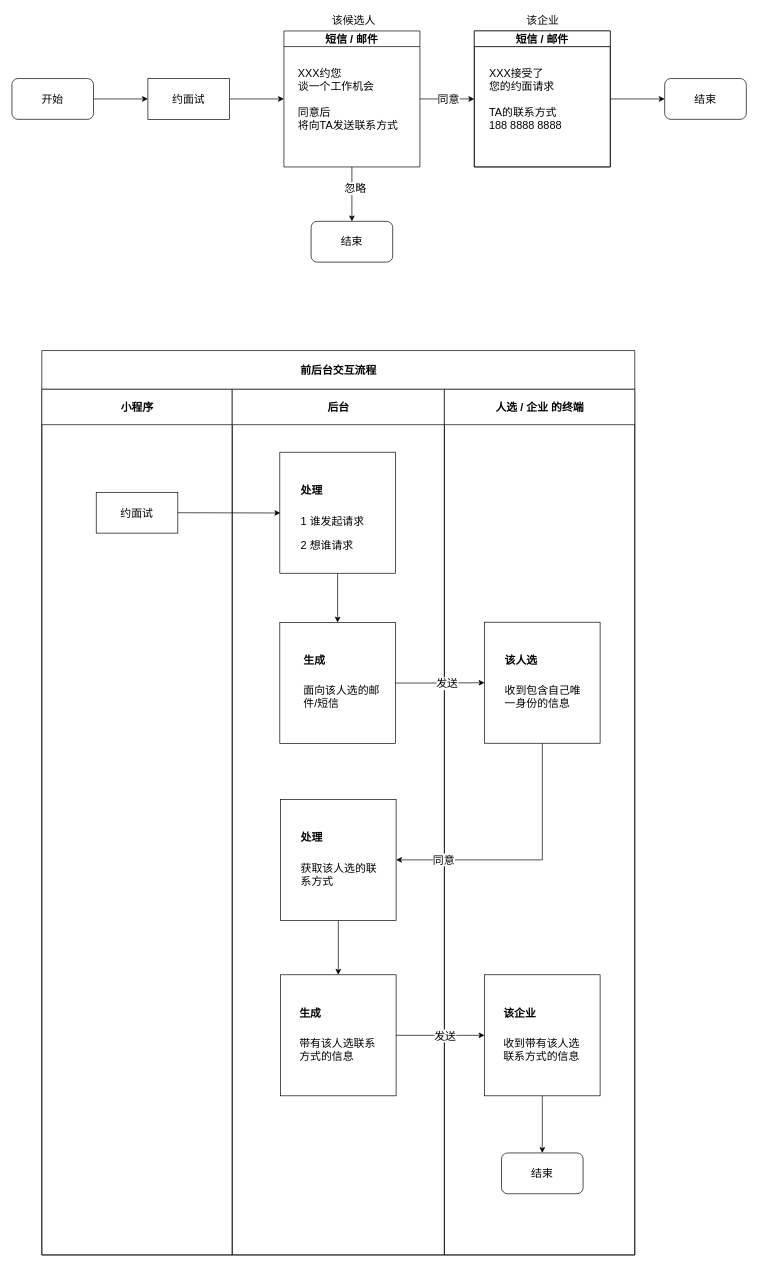
Above: 约面试后的流程.drawio in SuJack/www.draw.io (draw.io), before the change. Source tidied: cells renumbered, new cells numbered last; positions are measured from the earlier drawing's top-left corner, leaving out a move shared by most shapes. Both pictures are drawn from the tidied source at 68%, with x=0, y=0 at pixel (12, 12).
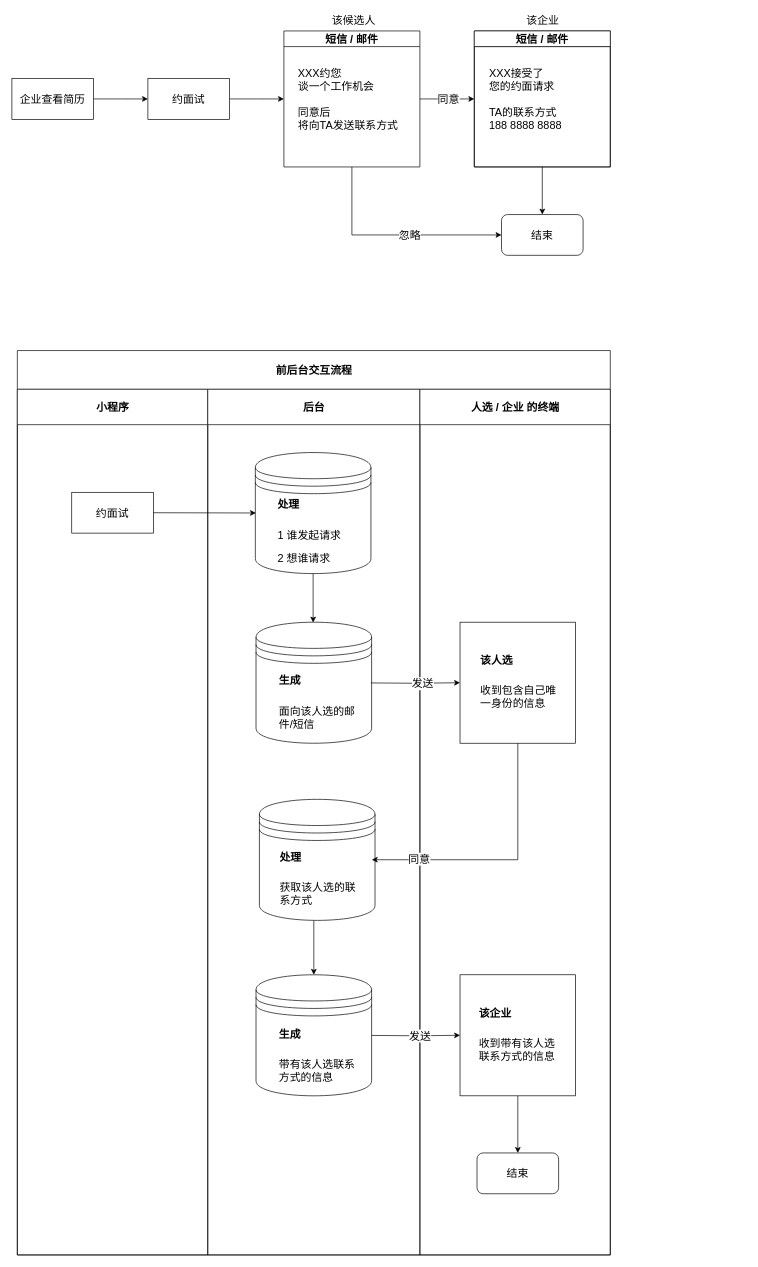
The same page after the edit.

Commit message:
更新约面试后的流程.drawio

The change refers to these unchanged cells:
```xml
<mxCell id="8" value="短信 / 邮件" style="swimlane;fontSize=16;" parent="1" vertex="1">
  <mxGeometry x="400" y="28" width="200" height="200" as="geometry" />
</mxCell>
<mxCell id="11" value="短信 / 邮件" style="swimlane;fontSize=16;" parent="1" vertex="1">
  <mxGeometry x="680" y="28" width="200" height="200" as="geometry" />
</mxCell>
<mxCell id="13" value="短信 / 邮件" style="swimlane;fontSize=16;" parent="11" vertex="1">
  <mxGeometry width="200" height="200" as="geometry" />
</mxCell>
<mxCell id="23" value="后台" style="swimlane;html=1;startSize=52;fontSize=16;align=center;" parent="20" vertex="1">
  <mxGeometry x="280" y="57" width="312" height="1273" as="geometry" />
</mxCell>
<mxCell id="35" style="rounded=0;whiteSpace=wrap;html=1;strokeWidth=1;fontSize=16;align=left;" parent="34" vertex="1">
  <mxGeometry x="59" y="342.5" width="170" height="178" as="geometry" />
</mxCell>
<mxCell id="38" style="rounded=0;whiteSpace=wrap;html=1;strokeWidth=1;fontSize=16;align=left;" parent="34" vertex="1">
  <mxGeometry x="59" y="861" width="170" height="178" as="geometry" />
</mxCell>
```

Change to the diagram source:
```diff
@@
-    <mxCell id="6" style="edgeStyle=orthogonalEdgeStyle;rounded=0;jettySize=auto;html=1;fontSize=16;" parent="1" edge="1" source="8">
+    <mxCell id="6" style="edgeStyle=orthogonalEdgeStyle;rounded=0;jettySize=auto;html=1;fontSize=16;entryX=0;entryY=0.5;entryDx=0;entryDy=0;" parent="1" edge="1" source="8" target="19">
       <mxGeometry relative="1" as="geometry">
-        <mxPoint x="500" y="308" as="targetPoint" />
+        <Array as="points">
+          <mxPoint x="500" y="328" />
+        </Array>
       </mxGeometry>
     </mxCell>
     <mxCell id="7" value="忽略" style="text;html=1;align=center;verticalAlign=middle;labelBackgroundColor=#ffffff;fontSize=16;" parent="6" vertex="1">
-      <mxGeometry x="-0.24" y="4" relative="1" as="geometry" />
+      <mxGeometry x="-0.24" y="4" relative="1" as="geometry">
+        <mxPoint x="62" y="4" as="offset" />
+      </mxGeometry>
     </mxCell>
@@
-    <mxCell id="12" style="edgeStyle=orthogonalEdgeStyle;rounded=0;jettySize=auto;html=1;fontSize=16;" parent="11" edge="1" source="13">
-      <mxGeometry relative="1" as="geometry">
-        <mxPoint x="280" y="100" as="targetPoint" />
-      </mxGeometry>
-    </mxCell>
@@
-    <mxCell id="16" value="结束" style="rounded=1;whiteSpace=wrap;html=1;strokeWidth=1;fontSize=16;" parent="1" vertex="1">
-      <mxGeometry x="440" y="308" width="120" height="60" as="geometry" />
-    </mxCell>
@@
-    <mxCell id="18" value="开始" style="rounded=1;whiteSpace=wrap;html=1;strokeWidth=1;fontSize=16;" parent="1" vertex="1">
+    <mxCell id="18" value="企业查看简历" style="rounded=1;whiteSpace=wrap;html=1;strokeWidth=1;fontSize=16;arcSize=0;" parent="1" vertex="1">
       <mxGeometry y="98" width="120" height="60" as="geometry" />
     </mxCell>
     <mxCell id="19" value="结束" style="rounded=1;whiteSpace=wrap;html=1;strokeWidth=1;fontSize=16;" parent="1" vertex="1">
-      <mxGeometry x="960" y="98" width="120" height="60" as="geometry" />
+      <mxGeometry x="720" y="298" width="120" height="60" as="geometry" />
     </mxCell>
     <mxCell id="20" value="前后台交互流程" style="swimlane;html=1;startSize=57;strokeWidth=1;fontSize=16;" parent="1" vertex="1">
-      <mxGeometry x="44" y="498" width="872" height="1330" as="geometry" />
+      <mxGeometry x="8" y="498" width="872" height="1330" as="geometry" />
     </mxCell>
@@
-    <mxCell id="24" style="edgeStyle=orthogonalEdgeStyle;rounded=0;jettySize=auto;html=1;fontSize=16;" parent="23" edge="1" source="25" target="27">
-      <mxGeometry relative="1" as="geometry" />
+    <mxCell id="24" style="edgeStyle=orthogonalEdgeStyle;rounded=0;orthogonalLoop=1;jettySize=auto;html=1;fontSize=16;" parent="23" edge="1">
+      <mxGeometry relative="1" as="geometry">
+        <mxPoint x="155" y="270.5" as="sourcePoint" />
+        <mxPoint x="155" y="343" as="targetPoint" />
+      </mxGeometry>
     </mxCell>
-    <mxCell id="25" style="rounded=0;whiteSpace=wrap;html=1;strokeWidth=1;fontSize=16;align=left;" parent="23" vertex="1">
-      <mxGeometry x="70" y="92.5" width="170" height="178" as="geometry" />
-    </mxCell>
+    <mxCell id="29" style="edgeStyle=orthogonalEdgeStyle;rounded=0;orthogonalLoop=1;jettySize=auto;html=1;fontSize=16;" parent="23" edge="1">
+      <mxGeometry relative="1" as="geometry">
+        <mxPoint x="156" y="781" as="sourcePoint" />
+        <mxPoint x="156" y="861" as="targetPoint" />
+      </mxGeometry>
+    </mxCell>
+    <mxCell id="48" style="shape=datastore;whiteSpace=wrap;html=1;strokeWidth=1;fontSize=16;align=center;" parent="23" vertex="1">
+      <mxGeometry x="70" y="93" width="170" height="178" as="geometry" />
+    </mxCell>
     <mxCell id="26" value="&lt;h1&gt;&lt;font style=&quot;font-size: 16px&quot;&gt;处理&lt;/font&gt;&lt;/h1&gt;&lt;p&gt;1 谁发起请求&lt;/p&gt;&lt;p&gt;2 想谁请求&lt;/p&gt;" style="text;html=1;strokeColor=none;fillColor=none;spacing=5;spacingTop=-20;whiteSpace=wrap;overflow=hidden;rounded=0;fontSize=16;align=left;" parent="23" vertex="1">
-      <mxGeometry x="96" y="113.5" width="120" height="137" as="geometry" />
+      <mxGeometry x="98" y="134" width="120" height="137" as="geometry" />
     </mxCell>
-    <mxCell id="27" style="rounded=0;whiteSpace=wrap;html=1;strokeWidth=1;fontSize=16;align=left;" parent="23" vertex="1">
-      <mxGeometry x="70" y="343" width="170" height="178" as="geometry" />
-    </mxCell>
+    <mxCell id="49" style="shape=datastore;whiteSpace=wrap;html=1;strokeWidth=1;fontSize=16;align=center;" parent="23" vertex="1">
+      <mxGeometry x="71" y="342.5" width="170" height="178" as="geometry" />
+    </mxCell>
     <mxCell id="28" value="&lt;h1&gt;&lt;font style=&quot;font-size: 16px&quot;&gt;生成&lt;/font&gt;&lt;/h1&gt;&lt;p&gt;面向该人选的邮件/短信&lt;/p&gt;" style="text;html=1;strokeColor=none;fillColor=none;spacing=5;spacingTop=-20;whiteSpace=wrap;overflow=hidden;rounded=0;fontSize=16;align=left;" parent="23" vertex="1">
-      <mxGeometry x="100" y="363" width="120" height="137" as="geometry" />
+      <mxGeometry x="100" y="393" width="120" height="137" as="geometry" />
     </mxCell>
-    <mxCell id="29" style="edgeStyle=orthogonalEdgeStyle;rounded=0;jettySize=auto;html=1;fontSize=16;" parent="23" edge="1" source="30" target="31">
-      <mxGeometry relative="1" as="geometry" />
-    </mxCell>
-    <mxCell id="30" style="rounded=0;whiteSpace=wrap;html=1;strokeWidth=1;fontSize=16;align=left;" parent="23" vertex="1">
-      <mxGeometry x="71" y="603" width="170" height="178" as="geometry" />
-    </mxCell>
-    <mxCell id="31" style="rounded=0;whiteSpace=wrap;html=1;strokeWidth=1;fontSize=16;align=left;" parent="23" vertex="1">
-      <mxGeometry x="71" y="861" width="170" height="178" as="geometry" />
-    </mxCell>
+    <mxCell id="50" style="shape=datastore;whiteSpace=wrap;html=1;strokeWidth=1;fontSize=16;align=center;" parent="23" vertex="1">
+      <mxGeometry x="76" y="603" width="170" height="178" as="geometry" />
+    </mxCell>
     <mxCell id="32" value="&lt;h1&gt;&lt;font style=&quot;font-size: 16px&quot;&gt;处理&lt;/font&gt;&lt;/h1&gt;&lt;p&gt;获取该人选的联系方式&lt;/p&gt;" style="text;html=1;strokeColor=none;fillColor=none;spacing=5;spacingTop=-20;whiteSpace=wrap;overflow=hidden;rounded=0;fontSize=16;align=left;" parent="23" vertex="1">
-      <mxGeometry x="96" y="624" width="124" height="137" as="geometry" />
+      <mxGeometry x="101" y="653" width="124" height="137" as="geometry" />
     </mxCell>
+    <mxCell id="51" style="shape=datastore;whiteSpace=wrap;html=1;strokeWidth=1;fontSize=16;align=center;" parent="23" vertex="1">
+      <mxGeometry x="71" y="861" width="170" height="178" as="geometry" />
+    </mxCell>
     <mxCell id="33" value="&lt;h1&gt;&lt;font style=&quot;font-size: 16px&quot;&gt;生成&lt;/font&gt;&lt;/h1&gt;&lt;p&gt;带有该人选联系方式的信息&lt;/p&gt;" style="text;html=1;strokeColor=none;fillColor=none;spacing=5;spacingTop=-20;whiteSpace=wrap;overflow=hidden;rounded=0;fontSize=16;align=left;" parent="23" vertex="1">
-      <mxGeometry x="94" y="881.5" width="124" height="137" as="geometry" />
+      <mxGeometry x="100" y="913" width="124" height="137" as="geometry" />
     </mxCell>
@@
-    <mxCell id="42" style="edgeStyle=orthogonalEdgeStyle;rounded=0;jettySize=auto;html=1;fontSize=16;entryX=0;entryY=0.5;entryDx=0;entryDy=0;" parent="20" edge="1" source="27" target="35">
-      <mxGeometry relative="1" as="geometry" />
+    <mxCell id="42" style="edgeStyle=orthogonalEdgeStyle;rounded=0;jettySize=auto;html=1;fontSize=16;entryX=0;entryY=0.5;entryDx=0;entryDy=0;" parent="20" edge="1" target="35">
+      <mxGeometry relative="1" as="geometry">
+        <mxPoint x="520" y="488.8" as="sourcePoint" />
+      </mxGeometry>
     </mxCell>
@@
-    <mxCell id="44" style="edgeStyle=orthogonalEdgeStyle;rounded=0;jettySize=auto;html=1;fontSize=16;entryX=1;entryY=0.5;entryDx=0;entryDy=0;" parent="20" edge="1" source="35" target="30">
+    <mxCell id="44" style="edgeStyle=orthogonalEdgeStyle;rounded=0;jettySize=auto;html=1;fontSize=16;entryX=1;entryY=0.5;entryDx=0;entryDy=0;" parent="20" edge="1" source="35">
       <mxGeometry relative="1" as="geometry">
+        <mxPoint x="521.3" y="748.8" as="targetPoint" />
         <Array as="points">
           <mxPoint x="736" y="749" />
         </Array>
       </mxGeometry>
     </mxCell>
@@
-    <mxCell id="46" style="edgeStyle=orthogonalEdgeStyle;rounded=0;jettySize=auto;html=1;fontSize=16;entryX=0;entryY=0.5;entryDx=0;entryDy=0;" parent="20" edge="1" source="31" target="38">
-      <mxGeometry relative="1" as="geometry" />
+    <mxCell id="46" style="edgeStyle=orthogonalEdgeStyle;rounded=0;jettySize=auto;html=1;fontSize=16;entryX=0;entryY=0.5;entryDx=0;entryDy=0;" parent="20" edge="1" target="38">
+      <mxGeometry relative="1" as="geometry">
+        <mxPoint x="521" y="1007.2" as="sourcePoint" />
+      </mxGeometry>
     </mxCell>
@@
+    <mxCell id="12" style="edgeStyle=orthogonalEdgeStyle;rounded=0;jettySize=auto;html=1;fontSize=16;" parent="1" edge="1" source="13" target="19">
+      <mxGeometry relative="1" as="geometry" />
+    </mxCell>
```
